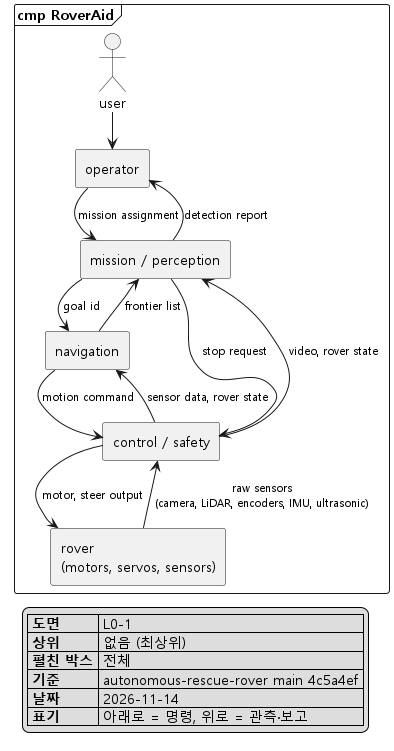
The PlantUML diagram docs/architecture/png/L0-1_system.png in Ruysong/autonomous-rescue-rover, before a commit. Source of this version:
```plantuml
@startuml L0-1_system
!pragma layout smetana
skinparam monochrome true
skinparam shadowing false
skinparam defaultFontName "Malgun Gothic"
skinparam componentStyle rectangle
skinparam ArrowFontSize 11
top to bottom direction

frame "cmp RoverAid" {
  actor "user" as USER
  component "operator" as OPERATOR
  component "mission / perception" as MISSION
  component "navigation" as NAV
  component "control / safety" as CONTROL
  rectangle "rover\n(motors, servos, sensors)" as ROVER

  USER --> OPERATOR
  OPERATOR --> MISSION : mission assignment
  MISSION -up-> OPERATOR : detection report

  MISSION --> NAV : goal id
  NAV -up-> MISSION : frontier list

  NAV --> CONTROL : motion command
  MISSION --> CONTROL : stop request
  CONTROL -up-> NAV : sensor data, rover state
  CONTROL -up-> MISSION : video, rover state

  CONTROL --> ROVER : motor, steer output
  ROVER -up-> CONTROL : raw sensors\n(camera, LiDAR, encoders, IMU, ultrasonic)
}

legend bottom right
  |= 도면 | L0-1 |
  |= 상위 | 없음 (최상위) |
  |= 펼친 박스 | 전체 |
  |= 기준 | autonomous-rescue-rover main 4c5a4ef |
  |= 날짜 | 2026-11-14 |
  |= 표기 | 아래로 = 명령, 위로 = 관측·보고 |
endlegend
@enduml
```
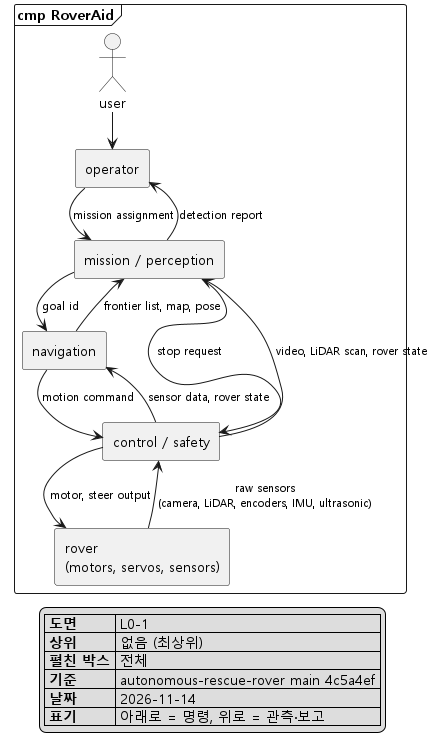
After the commit.

Commit message:
docs: add LiDAR person candidate tracker to perception

What changed in the source:
```diff
@@ -20,12 +20,12 @@
   MISSION -up-> OPERATOR : detection report
 
   MISSION --> NAV : goal id
-  NAV -up-> MISSION : frontier list
+  NAV -up-> MISSION : frontier list, map, pose
 
   NAV --> CONTROL : motion command
   MISSION --> CONTROL : stop request
   CONTROL -up-> NAV : sensor data, rover state
-  CONTROL -up-> MISSION : video, rover state
+  CONTROL -up-> MISSION : video, LiDAR scan, rover state
 
   CONTROL --> ROVER : motor, steer output
   ROVER -up-> CONTROL : raw sensors\n(camera, LiDAR, encoders, IMU, ultrasonic)
```
